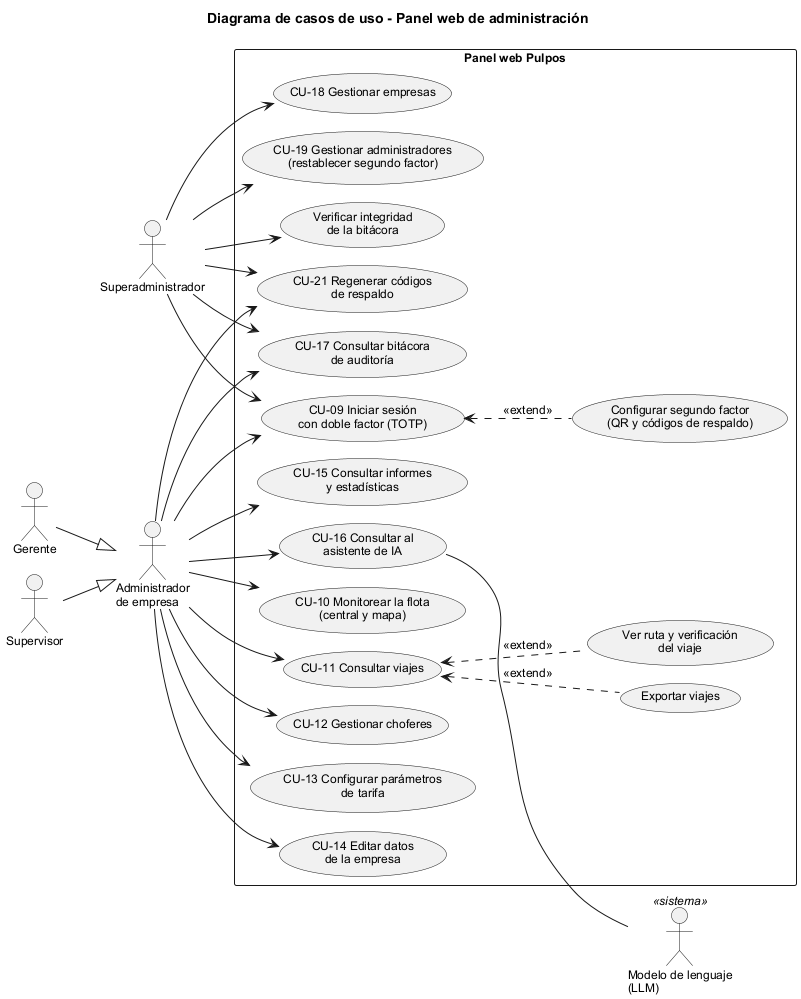
The PlantUML diagram diseno/uml/cu02_panel_web.png in BenjexDtz/pulpos-taxis, before a commit.
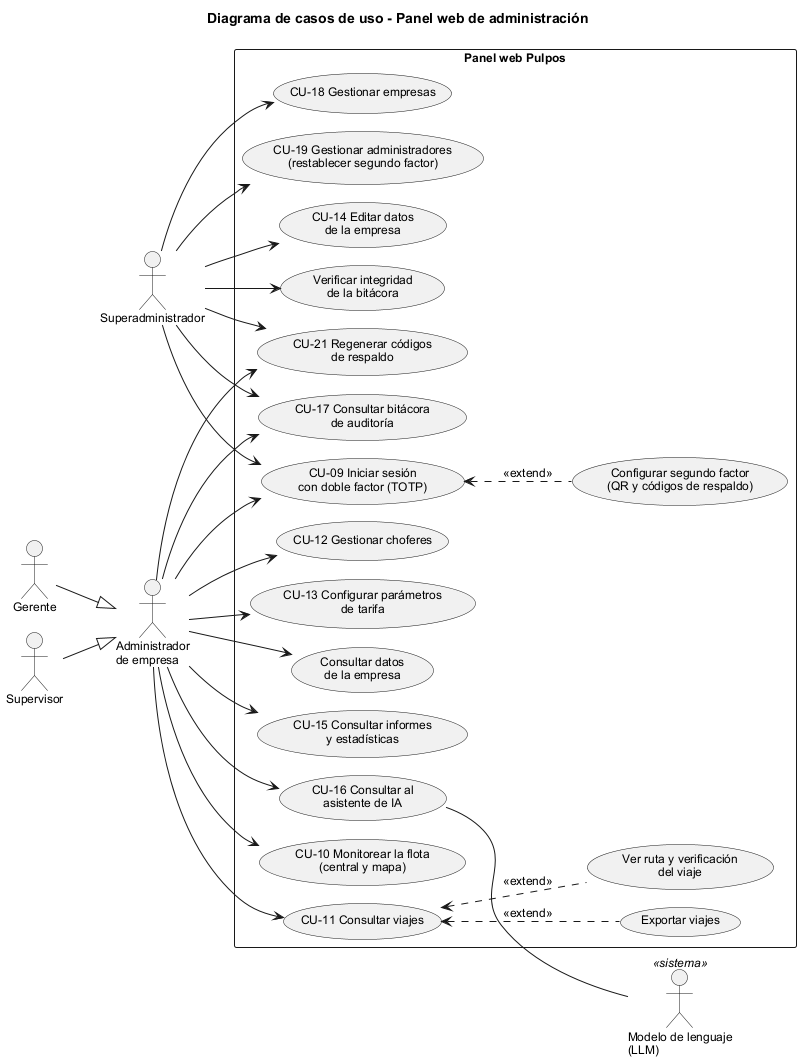
Later version of the same file.

Commit message:
Diagramas de la fase 5: componentes, despliegue real, cobro con el sistema y CU-14

Diff of the diagram source:
```diff
@@ -22,6 +22,7 @@
   usecase "Exportar viajes" as UC11b
   usecase "CU-12 Gestionar choferes" as UC12
   usecase "CU-13 Configurar parámetros\nde tarifa" as UC13
+  usecase "Consultar datos\nde la empresa" as UC14a
   usecase "CU-14 Editar datos\nde la empresa" as UC14
   usecase "CU-15 Consultar informes\ny estadísticas" as UC15
   usecase "CU-16 Consultar al\nasistente de IA" as UC16
@@ -37,7 +38,7 @@
 Admin --> UC11
 Admin --> UC12
 Admin --> UC13
-Admin --> UC14
+Admin --> UC14a
 Admin --> UC15
 Admin --> UC16
 Admin --> UC17
@@ -45,6 +46,7 @@
 
 Super --> UC9
 Super --> UC17
+Super --> UC14
 Super --> UC18
 Super --> UC19
 Super --> UC17a
```
